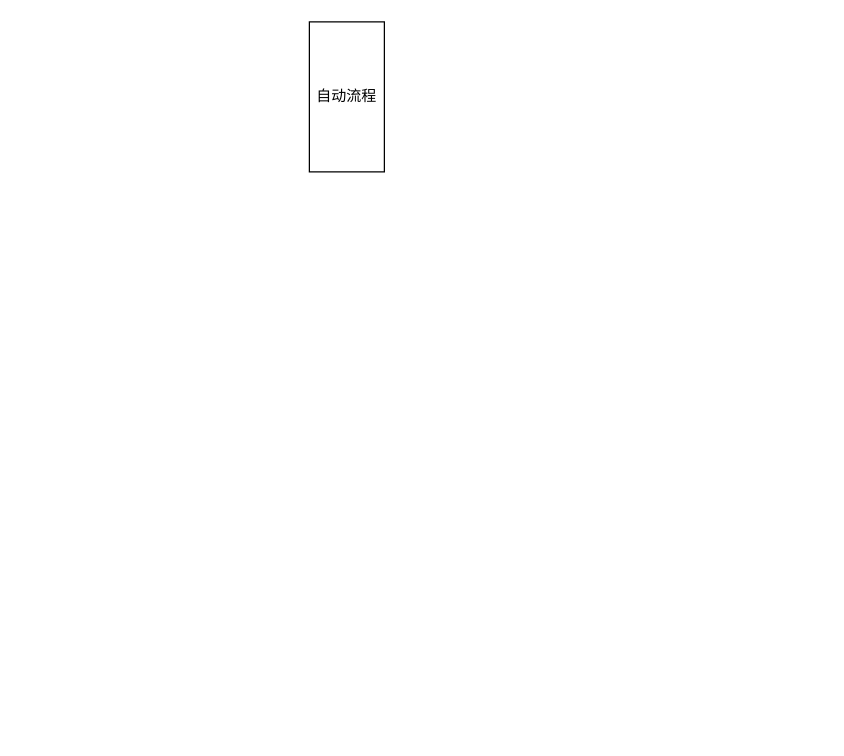
Above: 未命名绘图.drawio in apanhui/autopipe (draw.io), before the change. Source tidied: cells renumbered, new cells numbered last; positions are measured from the earlier drawing's top-left corner, leaving out a move shared by most shapes. Both pictures are drawn from the tidied source at 125%, with x=0, y=0 at pixel (309, 21).
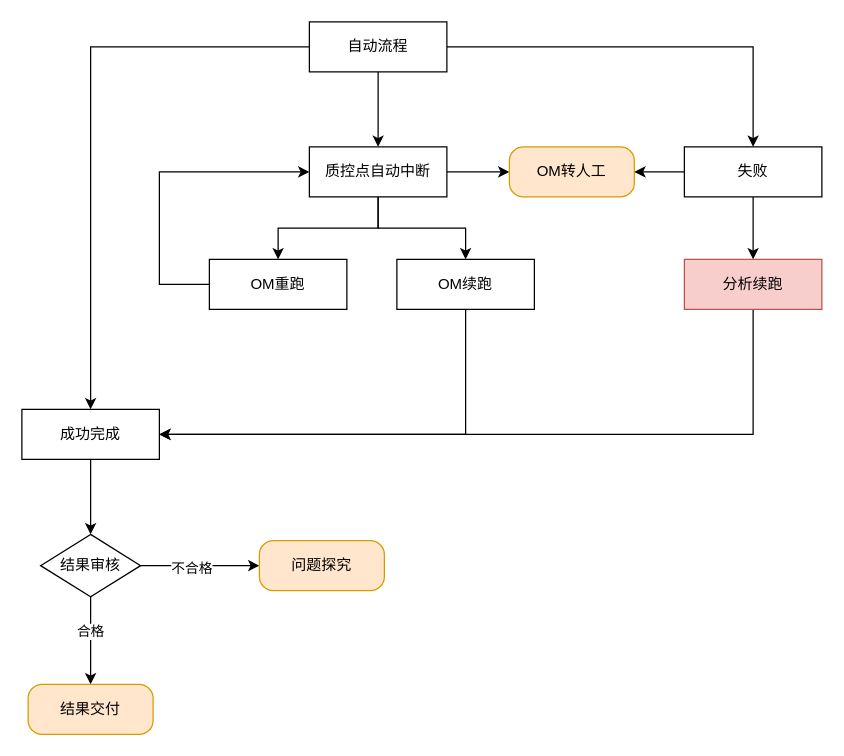
After the change.

Diff of the diagram source:
```diff
@@
+    <mxCell id="3" style="edgeStyle=orthogonalEdgeStyle;rounded=0;jettySize=auto;html=1;" parent="1" edge="1" source="2" target="7">
+      <mxGeometry relative="1" as="geometry" />
+    </mxCell>
+    <mxCell id="4" style="edgeStyle=orthogonalEdgeStyle;rounded=0;jettySize=auto;html=1;entryX=0;entryY=0.5;entryDx=0;entryDy=0;" parent="1" edge="1" source="2" target="11">
+      <mxGeometry relative="1" as="geometry" />
+    </mxCell>
+    <mxCell id="5" style="edgeStyle=orthogonalEdgeStyle;rounded=0;jettySize=auto;html=1;" parent="1" edge="1" source="2" target="14">
+      <mxGeometry relative="1" as="geometry" />
+    </mxCell>
     <mxCell id="2" value="自动流程" style="rounded=0;whiteSpace=wrap;html=1;direction=south;" parent="1" vertex="1">
-      <mxGeometry width="60" height="120" as="geometry" />
+      <mxGeometry width="110" height="40" as="geometry" />
     </mxCell>
+    <mxCell id="6" style="edgeStyle=orthogonalEdgeStyle;rounded=0;jettySize=auto;html=1;" parent="1" edge="1" source="7" target="26">
+      <mxGeometry relative="1" as="geometry" />
+    </mxCell>
+    <mxCell id="7" value="成功完成" style="rounded=0;whiteSpace=wrap;html=1;direction=south;" parent="1" vertex="1">
+      <mxGeometry x="-230" y="310" width="110" height="40" as="geometry" />
+    </mxCell>
+    <mxCell id="8" style="edgeStyle=orthogonalEdgeStyle;rounded=0;jettySize=auto;html=1;" parent="1" edge="1" source="11" target="21">
+      <mxGeometry relative="1" as="geometry" />
+    </mxCell>
+    <mxCell id="9" style="edgeStyle=orthogonalEdgeStyle;rounded=0;jettySize=auto;html=1;entryX=0;entryY=0.5;entryDx=0;entryDy=0;" parent="1" edge="1" source="11" target="16">
+      <mxGeometry relative="1" as="geometry" />
+    </mxCell>
+    <mxCell id="10" style="edgeStyle=orthogonalEdgeStyle;rounded=0;jettySize=auto;html=1;" parent="1" edge="1" source="11" target="18">
+      <mxGeometry relative="1" as="geometry" />
+    </mxCell>
+    <mxCell id="11" value="质控点自动中断" style="rounded=0;whiteSpace=wrap;html=1;direction=south;" parent="1" vertex="1">
+      <mxGeometry y="100" width="110" height="40" as="geometry" />
+    </mxCell>
+    <mxCell id="12" style="edgeStyle=orthogonalEdgeStyle;rounded=0;jettySize=auto;html=1;" parent="1" edge="1" source="14">
+      <mxGeometry relative="1" as="geometry">
+        <mxPoint x="260" y="120" as="targetPoint" />
+      </mxGeometry>
+    </mxCell>
+    <mxCell id="13" style="edgeStyle=orthogonalEdgeStyle;rounded=0;jettySize=auto;html=1;" parent="1" edge="1" source="14" target="20">
+      <mxGeometry relative="1" as="geometry" />
+    </mxCell>
+    <mxCell id="14" value="失败" style="rounded=0;whiteSpace=wrap;html=1;direction=south;" parent="1" vertex="1">
+      <mxGeometry x="300" y="100" width="110" height="40" as="geometry" />
+    </mxCell>
+    <mxCell id="15" style="edgeStyle=orthogonalEdgeStyle;rounded=0;jettySize=auto;html=1;entryX=0.5;entryY=1;entryDx=0;entryDy=0;" parent="1" edge="1" source="16" target="11">
+      <mxGeometry relative="1" as="geometry">
+        <Array as="points">
+          <mxPoint x="-120" y="210" />
+          <mxPoint x="-120" y="120" />
+        </Array>
+      </mxGeometry>
+    </mxCell>
+    <mxCell id="16" value="OM重跑" style="rounded=0;whiteSpace=wrap;html=1;direction=south;" parent="1" vertex="1">
+      <mxGeometry x="-80" y="190" width="110" height="40" as="geometry" />
+    </mxCell>
+    <mxCell id="17" style="edgeStyle=orthogonalEdgeStyle;rounded=0;jettySize=auto;html=1;entryX=0.5;entryY=0;entryDx=0;entryDy=0;" parent="1" edge="1" source="18" target="7">
+      <mxGeometry relative="1" as="geometry">
+        <Array as="points">
+          <mxPoint x="125" y="330" />
+        </Array>
+      </mxGeometry>
+    </mxCell>
+    <mxCell id="18" value="OM续跑" style="rounded=0;whiteSpace=wrap;html=1;direction=south;" parent="1" vertex="1">
+      <mxGeometry x="70" y="190" width="110" height="40" as="geometry" />
+    </mxCell>
+    <mxCell id="19" style="edgeStyle=orthogonalEdgeStyle;rounded=0;jettySize=auto;html=1;entryX=0.5;entryY=0;entryDx=0;entryDy=0;" parent="1" edge="1" source="20" target="7">
+      <mxGeometry relative="1" as="geometry">
+        <Array as="points">
+          <mxPoint x="355" y="330" />
+        </Array>
+      </mxGeometry>
+    </mxCell>
+    <mxCell id="20" value="分析续跑" style="rounded=0;whiteSpace=wrap;html=1;direction=south;fillColor=#f8cecc;strokeColor=#b85450;" parent="1" vertex="1">
+      <mxGeometry x="300" y="190" width="110" height="40" as="geometry" />
+    </mxCell>
+    <mxCell id="21" value="OM转人工" style="rounded=1;whiteSpace=wrap;html=1;arcSize=28;fillColor=#ffe6cc;strokeColor=#d79b00;" parent="1" vertex="1">
+      <mxGeometry x="160" y="100" width="100" height="40" as="geometry" />
+    </mxCell>
+    <mxCell id="22" style="edgeStyle=orthogonalEdgeStyle;rounded=0;jettySize=auto;html=1;" parent="1" edge="1" source="26" target="27">
+      <mxGeometry relative="1" as="geometry" />
+    </mxCell>
+    <mxCell id="23" value="合格" style="edgeLabel;html=1;align=center;verticalAlign=middle;" parent="22" vertex="1">
+      <mxGeometry x="-0.22" y="-1" relative="1" as="geometry" />
+    </mxCell>
+    <mxCell id="24" style="edgeStyle=orthogonalEdgeStyle;rounded=0;jettySize=auto;html=1;" parent="1" edge="1" source="26" target="28">
+      <mxGeometry relative="1" as="geometry" />
+    </mxCell>
+    <mxCell id="25" value="不合格" style="edgeLabel;html=1;align=center;verticalAlign=middle;" parent="24" vertex="1">
+      <mxGeometry x="-0.16" relative="1" as="geometry">
+        <mxPoint y="1" as="offset" />
+      </mxGeometry>
+    </mxCell>
+    <mxCell id="26" value="结果审核" style="rhombus;whiteSpace=wrap;html=1;" parent="1" vertex="1">
+      <mxGeometry x="-215" y="410" width="80" height="50" as="geometry" />
+    </mxCell>
+    <mxCell id="27" value="结果交付" style="rounded=1;whiteSpace=wrap;html=1;arcSize=28;fillColor=#ffe6cc;strokeColor=#d79b00;" parent="1" vertex="1">
+      <mxGeometry x="-225" y="530" width="100" height="40" as="geometry" />
+    </mxCell>
+    <mxCell id="28" value="问题探究" style="rounded=1;whiteSpace=wrap;html=1;arcSize=28;fillColor=#ffe6cc;strokeColor=#d79b00;" parent="1" vertex="1">
+      <mxGeometry x="-40" y="415" width="100" height="40" as="geometry" />
+    </mxCell>
```
